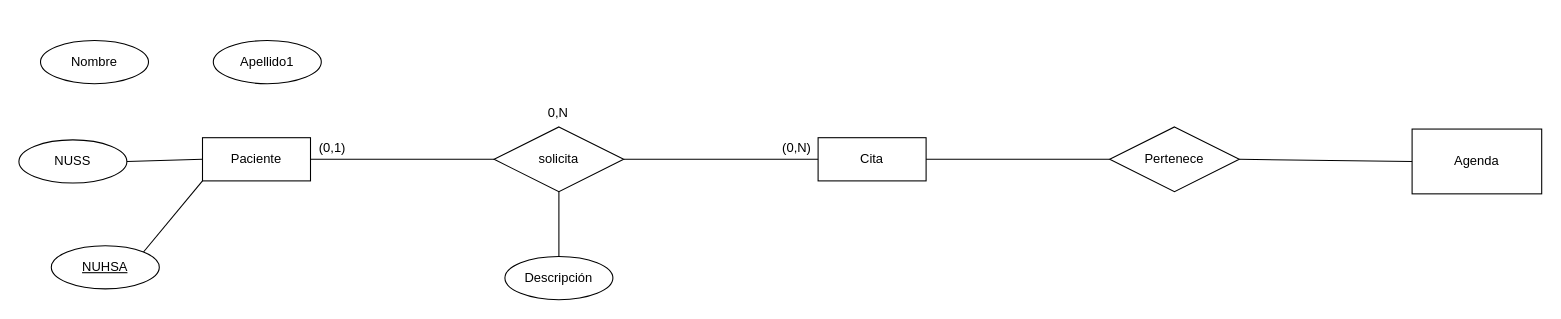
The draw.io diagram Diagrama sin título.drawio in mariopr25/CitasAP-ER, before the edit. Source tidied: cells renumbered, new cells numbered last; positions are measured from the earlier drawing's top-left corner, leaving out a move shared by most shapes. Both pictures are drawn from the tidied source at 108%, with x=0, y=0 at pixel (18, 40).
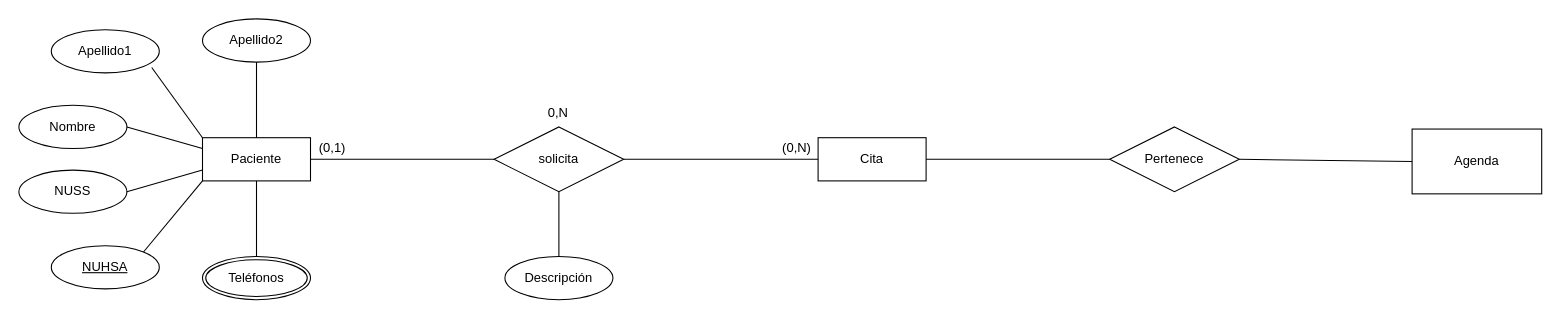
Above is the later version.

Unchanged cells that the change refers to:
```xml
<mxCell id="2" value="Paciente" style="whiteSpace=wrap;html=1;align=center;" parent="1" vertex="1">
  <mxGeometry x="170" y="90" width="100" height="40" as="geometry" />
</mxCell>
```

Change to the diagram source:
```diff
@@
     <mxCell id="17" value="&lt;div&gt;NUSS&lt;/div&gt;" style="ellipse;whiteSpace=wrap;html=1;align=center;" parent="1" vertex="1">
-      <mxGeometry y="92" width="100" height="40" as="geometry" />
+      <mxGeometry y="120" width="100" height="40" as="geometry" />
     </mxCell>
@@
-    <mxCell id="19" style="endArrow=none;html=1;rounded=0;exitX=1;exitY=0.5;exitDx=0;exitDy=0;entryX=0;entryY=0.5;entryDx=0;entryDy=0;" parent="1" edge="1" source="17" target="2">
-      <mxGeometry relative="1" as="geometry" />
+    <mxCell id="19" style="endArrow=none;html=1;rounded=0;exitX=1;exitY=0.5;exitDx=0;exitDy=0;" parent="1" edge="1" source="17">
+      <mxGeometry relative="1" as="geometry">
+        <mxPoint x="170" y="120" as="targetPoint" />
+      </mxGeometry>
     </mxCell>
     <mxCell id="20" value="Nombre" style="ellipse;whiteSpace=wrap;html=1;align=center;" parent="1" vertex="1">
-      <mxGeometry x="20" width="100" height="40" as="geometry" />
+      <mxGeometry y="60" width="100" height="40" as="geometry" />
     </mxCell>
     <mxCell id="21" value="Apellido1" style="ellipse;whiteSpace=wrap;html=1;align=center;" parent="1" vertex="1">
-      <mxGeometry x="180" width="100" height="40" as="geometry" />
+      <mxGeometry x="30" y="-10" width="100" height="40" as="geometry" />
     </mxCell>
+    <mxCell id="22" value="&lt;div&gt;Apellido2&lt;/div&gt;" style="ellipse;whiteSpace=wrap;html=1;align=center;" parent="1" vertex="1">
+      <mxGeometry x="170" y="-20" width="100" height="40" as="geometry" />
+    </mxCell>
+    <mxCell id="23" style="endArrow=none;html=1;rounded=0;exitX=1;exitY=0.5;exitDx=0;exitDy=0;" parent="1" edge="1" source="20">
+      <mxGeometry relative="1" as="geometry">
+        <mxPoint x="170" y="100" as="targetPoint" />
+      </mxGeometry>
+    </mxCell>
+    <mxCell id="24" style="endArrow=none;html=1;rounded=0;exitX=0.93;exitY=0.875;exitDx=0;exitDy=0;exitPerimeter=0;entryX=0;entryY=0;entryDx=0;entryDy=0;" parent="1" edge="1" source="21" target="2">
+      <mxGeometry relative="1" as="geometry" />
+    </mxCell>
+    <mxCell id="25" style="endArrow=none;html=1;rounded=0;exitX=0.5;exitY=1;exitDx=0;exitDy=0;" parent="1" edge="1" source="22" target="2">
+      <mxGeometry relative="1" as="geometry" />
+    </mxCell>
+    <mxCell id="26" value="Teléfonos" style="ellipse;shape=doubleEllipse;margin=3;whiteSpace=wrap;html=1;align=center;" parent="1" vertex="1">
+      <mxGeometry x="170" y="200" width="100" height="40" as="geometry" />
+    </mxCell>
+    <mxCell id="27" style="endArrow=none;html=1;rounded=0;exitX=0.5;exitY=0;exitDx=0;exitDy=0;" parent="1" edge="1" source="26" target="2">
+      <mxGeometry relative="1" as="geometry" />
+    </mxCell>
```
